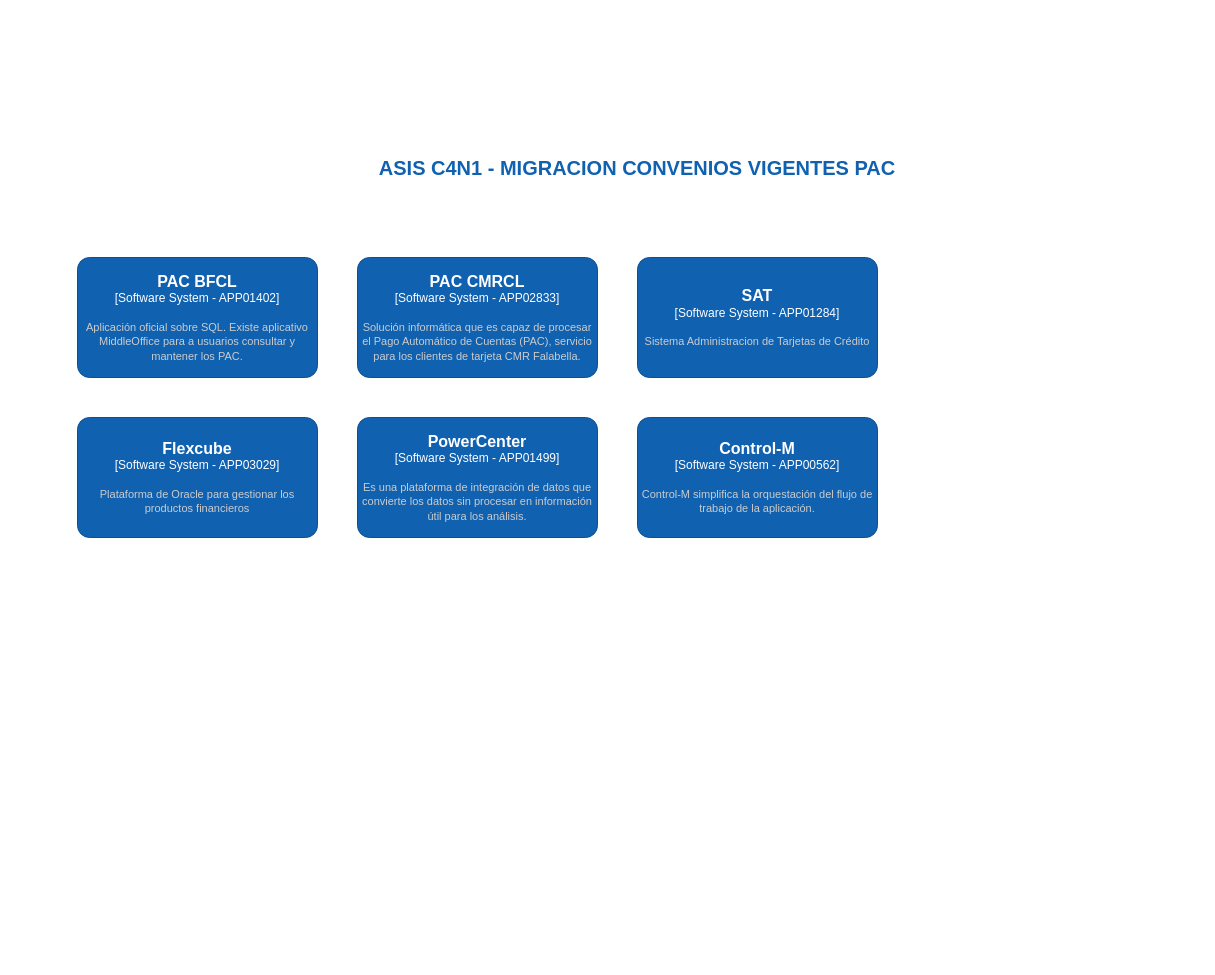
Earlier version of the draw.io diagram Diagramas/ASIS C4N1 MIGRACION CONVENIOS VIGENTES PAC.drawio (nconcha/Work). Source tidied: cells renumbered, new cells numbered last; positions are measured from the earlier drawing's top-left corner, leaving out a move shared by most shapes. Both pictures are drawn from the tidied source at 100%, with x=0, y=0 at pixel (77, 137).
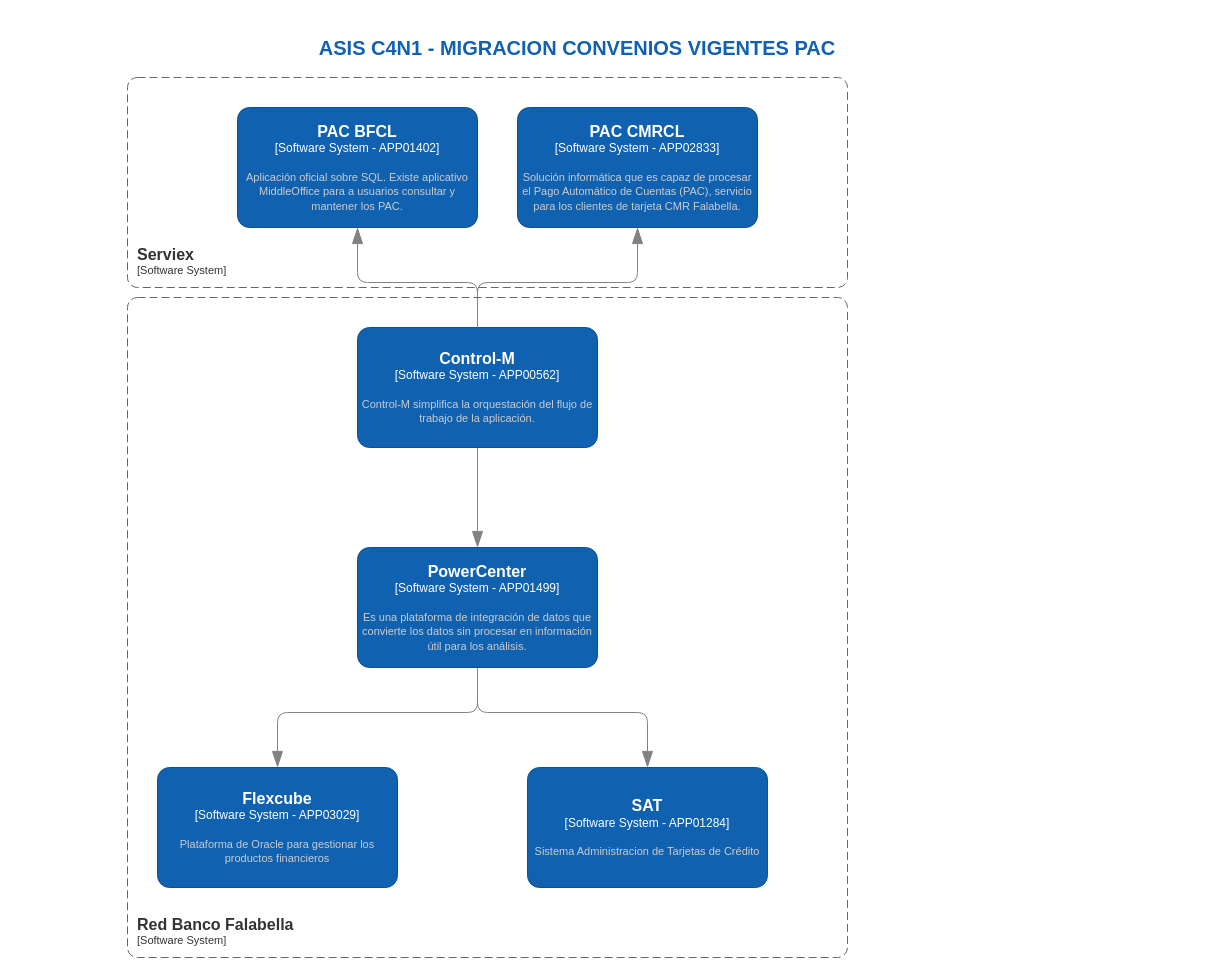
The same diagram, later.

Commit message:
update ASIS C4N1 diagram: add connections and reorganize layout

Change to the diagram source:
```diff
@@
     <mxCell id="2" value="ASIS C4N1 - MIGRACION CONVENIOS VIGENTES PAC" style="text;html=1;strokeColor=none;fillColor=none;align=center;verticalAlign=middle;whiteSpace=wrap;rounded=0;fontSize=20;fontStyle=1;fontColor=#1061B0;" parent="1" vertex="1">
-      <mxGeometry width="1120" height="60" as="geometry" />
+      <mxGeometry x="-60" y="-120" width="1120" height="60" as="geometry" />
     </mxCell>
     <object id="3" label="&lt;font style=&quot;font-size: 16px&quot;&gt;&lt;b&gt;%c4Name%&lt;/b&gt;&lt;/font&gt;&lt;div&gt;[%c4Type%]&lt;/div&gt;&lt;br&gt;&lt;div&gt;&lt;font style=&quot;font-size: 11px&quot;&gt;&lt;font color=&quot;#cccccc&quot;&gt;%c4Description%&lt;/font&gt;&lt;/div&gt;" c4Description="Aplicación oficial sobre SQL. Existe aplicativo MiddleOffice para a usuarios consultar y mantener los PAC." c4Name="PAC BFCL" c4Type="Software System - APP01402" placeholders="1">
       <mxCell style="rounded=1;whiteSpace=wrap;html=1;labelBackgroundColor=none;fillColor=#1061B0;fontColor=#ffffff;align=center;arcSize=10;strokeColor=#0D5091;points=[[0.25,0,0],[0.5,0,0],[0.75,0,0],[1,0.25,0],[1,0.5,0],[1,0.75,0],[0.75,1,0],[0.5,1,0],[0.25,1,0],[0,0.75,0],[0,0.5,0],[0,0.25,0]];" parent="1" vertex="1">
-        <mxGeometry y="120" width="240" height="120" as="geometry" />
+        <mxGeometry x="160" y="-30" width="240" height="120" as="geometry" />
       </mxCell>
     </object>
     <object id="4" label="&lt;font style=&quot;font-size: 16px&quot;&gt;&lt;b&gt;%c4Name%&lt;/b&gt;&lt;/font&gt;&lt;div&gt;[%c4Type%]&lt;/div&gt;&lt;br&gt;&lt;div&gt;&lt;font style=&quot;font-size: 11px&quot;&gt;&lt;font color=&quot;#cccccc&quot;&gt;%c4Description%&lt;/font&gt;&lt;/div&gt;" c4Description="Solución informática que es capaz de procesar el Pago Automático de Cuentas (PAC), servicio para los clientes de tarjeta CMR Falabella." c4Name="PAC CMRCL" c4Type="Software System - APP02833" placeholders="1">
       <mxCell style="rounded=1;whiteSpace=wrap;html=1;labelBackgroundColor=none;fillColor=#1061B0;fontColor=#ffffff;align=center;arcSize=10;strokeColor=#0D5091;points=[[0.25,0,0],[0.5,0,0],[0.75,0,0],[1,0.25,0],[1,0.5,0],[1,0.75,0],[0.75,1,0],[0.5,1,0],[0.25,1,0],[0,0.75,0],[0,0.5,0],[0,0.25,0]];" parent="1" vertex="1">
-        <mxGeometry x="280" y="120" width="240" height="120" as="geometry" />
+        <mxGeometry x="440" y="-30" width="240" height="120" as="geometry" />
       </mxCell>
     </object>
     <object id="5" label="&lt;font style=&quot;font-size: 16px&quot;&gt;&lt;b&gt;%c4Name%&lt;/b&gt;&lt;/font&gt;&lt;div&gt;[%c4Type%]&lt;/div&gt;&lt;br&gt;&lt;div&gt;&lt;font style=&quot;font-size: 11px&quot;&gt;&lt;font color=&quot;#cccccc&quot;&gt;%c4Description%&lt;/font&gt;&lt;/div&gt;" c4Description="Sistema Administracion de Tarjetas de Crédito" c4Name="SAT" c4Type="Software System - APP01284" placeholders="1">
       <mxCell style="rounded=1;whiteSpace=wrap;html=1;labelBackgroundColor=none;fillColor=#1061B0;fontColor=#ffffff;align=center;arcSize=10;strokeColor=#0D5091;points=[[0.25,0,0],[0.5,0,0],[0.75,0,0],[1,0.25,0],[1,0.5,0],[1,0.75,0],[0.75,1,0],[0.5,1,0],[0.25,1,0],[0,0.75,0],[0,0.5,0],[0,0.25,0]];" parent="1" vertex="1">
-        <mxGeometry x="560" y="120" width="240" height="120" as="geometry" />
+        <mxGeometry x="450" y="630" width="240" height="120" as="geometry" />
       </mxCell>
     </object>
     <object id="6" label="&lt;font style=&quot;font-size: 16px&quot;&gt;&lt;b&gt;%c4Name%&lt;/b&gt;&lt;/font&gt;&lt;div&gt;[%c4Type%]&lt;/div&gt;&lt;br&gt;&lt;div&gt;&lt;font style=&quot;font-size: 11px&quot;&gt;&lt;font color=&quot;#cccccc&quot;&gt;%c4Description%&lt;/font&gt;&lt;/div&gt;" c4Description="Plataforma de Oracle para gestionar los productos financieros" c4Name="Flexcube" c4Type="Software System - APP03029" placeholders="1">
       <mxCell style="rounded=1;whiteSpace=wrap;html=1;labelBackgroundColor=none;fillColor=#1061B0;fontColor=#ffffff;align=center;arcSize=10;strokeColor=#0D5091;points=[[0.25,0,0],[0.5,0,0],[0.75,0,0],[1,0.25,0],[1,0.5,0],[1,0.75,0],[0.75,1,0],[0.5,1,0],[0.25,1,0],[0,0.75,0],[0,0.5,0],[0,0.25,0]];" parent="1" vertex="1">
-        <mxGeometry y="280" width="240" height="120" as="geometry" />
+        <mxGeometry x="80" y="630" width="240" height="120" as="geometry" />
       </mxCell>
     </object>
+    <mxCell id="9" style="edgeStyle=orthogonalEdgeStyle;rounded=1;jettySize=auto;html=1;endArrow=blockThin;fontSize=10;strokeColor=#828282;fontColor=#404040;strokeWidth=1;endFill=1;endSize=14;startSize=14;" parent="1" edge="1" source="7" target="6">
+      <mxGeometry relative="1" as="geometry" />
+    </mxCell>
+    <mxCell id="10" style="edgeStyle=orthogonalEdgeStyle;rounded=1;jettySize=auto;html=1;endArrow=blockThin;fontSize=10;strokeColor=#828282;fontColor=#404040;strokeWidth=1;endFill=1;endSize=14;startSize=14;" parent="1" edge="1" source="7" target="5">
+      <mxGeometry relative="1" as="geometry" />
+    </mxCell>
     <object id="7" label="&lt;font style=&quot;font-size: 16px&quot;&gt;&lt;b&gt;%c4Name%&lt;/b&gt;&lt;/font&gt;&lt;div&gt;[%c4Type%]&lt;/div&gt;&lt;br&gt;&lt;div&gt;&lt;font style=&quot;font-size: 11px&quot;&gt;&lt;font color=&quot;#cccccc&quot;&gt;%c4Description%&lt;/font&gt;&lt;/div&gt;" c4Description="Es una plataforma de integración de datos que convierte los datos sin procesar en información útil para los análisis." c4Name="PowerCenter" c4Type="Software System - APP01499" placeholders="1">
       <mxCell style="rounded=1;whiteSpace=wrap;html=1;labelBackgroundColor=none;fillColor=#1061B0;fontColor=#ffffff;align=center;arcSize=10;strokeColor=#0D5091;points=[[0.25,0,0],[0.5,0,0],[0.75,0,0],[1,0.25,0],[1,0.5,0],[1,0.75,0],[0.75,1,0],[0.5,1,0],[0.25,1,0],[0,0.75,0],[0,0.5,0],[0,0.25,0]];" parent="1" vertex="1">
-        <mxGeometry x="280" y="280" width="240" height="120" as="geometry" />
+        <mxGeometry x="280" y="410" width="240" height="120" as="geometry" />
       </mxCell>
     </object>
+    <mxCell id="11" style="edgeStyle=orthogonalEdgeStyle;rounded=1;jettySize=auto;html=1;endArrow=blockThin;fontSize=10;strokeColor=#828282;fontColor=#404040;strokeWidth=1;endFill=1;endSize=14;startSize=14;" parent="1" edge="1" source="8" target="7">
+      <mxGeometry relative="1" as="geometry" />
+    </mxCell>
+    <mxCell id="12" style="edgeStyle=orthogonalEdgeStyle;rounded=1;jettySize=auto;html=1;endArrow=blockThin;fontSize=10;strokeColor=#828282;fontColor=#404040;strokeWidth=1;endFill=1;endSize=14;startSize=14;curved=0;" parent="1" edge="1" source="8" target="3">
+      <mxGeometry relative="1" as="geometry" />
+    </mxCell>
     <object id="8" label="&lt;font style=&quot;font-size: 16px&quot;&gt;&lt;b&gt;%c4Name%&lt;/b&gt;&lt;/font&gt;&lt;div&gt;[%c4Type%]&lt;/div&gt;&lt;br&gt;&lt;div&gt;&lt;font style=&quot;font-size: 11px&quot;&gt;&lt;font color=&quot;#cccccc&quot;&gt;%c4Description%&lt;/font&gt;&lt;/div&gt;" c4Description="Control-M simplifica la orquestación del flujo de trabajo de la aplicación." c4Name="Control-M" c4Type="Software System - APP00562" placeholders="1">
       <mxCell style="rounded=1;whiteSpace=wrap;html=1;labelBackgroundColor=none;fillColor=#1061B0;fontColor=#ffffff;align=center;arcSize=10;strokeColor=#0D5091;points=[[0.25,0,0],[0.5,0,0],[0.75,0,0],[1,0.25,0],[1,0.5,0],[1,0.75,0],[0.75,1,0],[0.5,1,0],[0.25,1,0],[0,0.75,0],[0,0.5,0],[0,0.25,0]];" parent="1" vertex="1">
-        <mxGeometry x="560" y="280" width="240" height="120" as="geometry" />
+        <mxGeometry x="280" y="190" width="240" height="120" as="geometry" />
       </mxCell>
     </object>
+    <mxCell id="13" style="edgeStyle=orthogonalEdgeStyle;rounded=1;jettySize=auto;html=1;entryX=0.5;entryY=1;entryDx=0;entryDy=0;entryPerimeter=0;endArrow=blockThin;fontSize=10;strokeColor=#828282;fontColor=#404040;strokeWidth=1;endFill=1;endSize=14;startSize=14;" parent="1" edge="1" source="8" target="4">
+      <mxGeometry relative="1" as="geometry" />
+    </mxCell>
+    <object id="14" label="&lt;font style=&quot;font-size: 16px&quot;&gt;&lt;b&gt;&lt;div style=&quot;text-align: left&quot;&gt;%c4Name%&lt;/div&gt;&lt;/b&gt;&lt;/font&gt;&lt;div style=&quot;text-align: left&quot;&gt;[%c4Application%]&lt;/div&gt;" c4Application="Software System" c4Name="Serviex" placeholders="1">
+      <mxCell style="rounded=1;fontSize=11;whiteSpace=wrap;html=1;dashed=1;arcSize=20;fillColor=none;strokeColor=#666666;fontColor=#333333;labelBackgroundColor=none;align=left;verticalAlign=bottom;labelBorderColor=none;spacingTop=0;spacing=10;dashPattern=8 4;perimeter=rectanglePerimeter;noLabel=0;labelPadding=0;absoluteArcSize=1;" parent="1" vertex="1">
+        <mxGeometry x="50" y="-60" width="720" height="210" as="geometry" />
+      </mxCell>
+    </object>
+    <object id="15" label="&lt;font style=&quot;font-size: 16px&quot;&gt;&lt;b&gt;&lt;div style=&quot;text-align: left&quot;&gt;%c4Name%&lt;/div&gt;&lt;/b&gt;&lt;/font&gt;&lt;div style=&quot;text-align: left&quot;&gt;[%c4Application%]&lt;/div&gt;" c4Application="Software System" c4Name="Red Banco Falabella" placeholders="1">
+      <mxCell style="rounded=1;fontSize=11;whiteSpace=wrap;html=1;dashed=1;arcSize=20;fillColor=none;strokeColor=#666666;fontColor=#333333;labelBackgroundColor=none;align=left;verticalAlign=bottom;labelBorderColor=none;spacingTop=0;spacing=10;dashPattern=8 4;perimeter=rectanglePerimeter;noLabel=0;labelPadding=0;absoluteArcSize=1;" parent="1" vertex="1">
+        <mxGeometry x="50" y="160" width="720" height="660" as="geometry" />
+      </mxCell>
+    </object>
```
